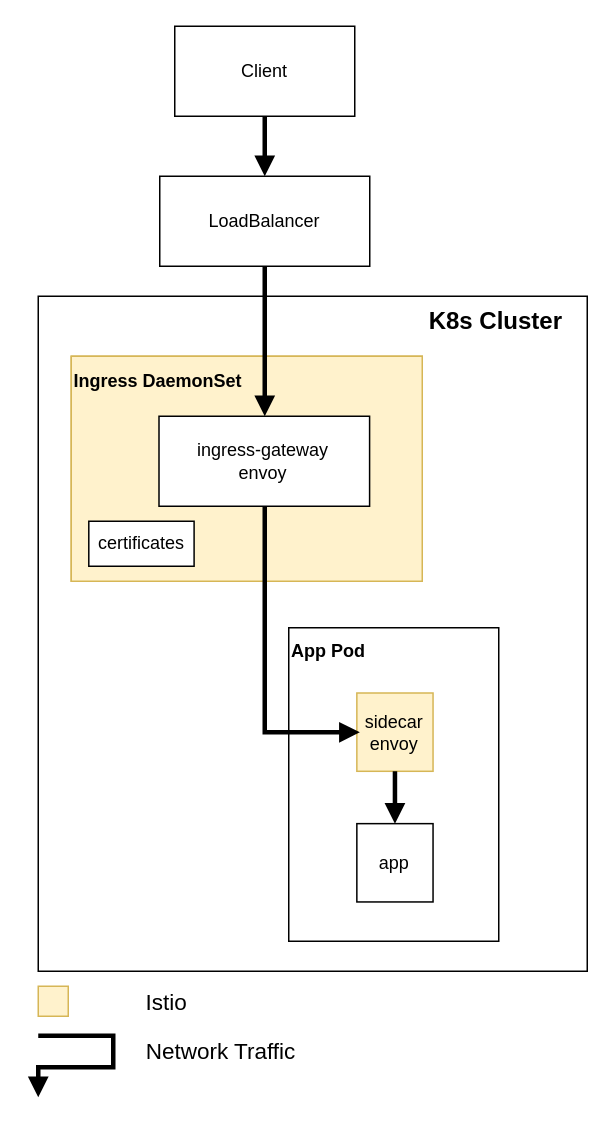
akhinos/cf4k8s-networking keeps this draw.io diagram as doc/PhysicalNetwork.drawio. Above is the earlier version. Source tidied: cells renumbered, new cells numbered last; positions are measured from the earlier drawing's top-left corner, leaving out a move shared by most shapes. Both pictures are drawn from the tidied source at 150%, with x=0, y=0 at pixel (38, 26).
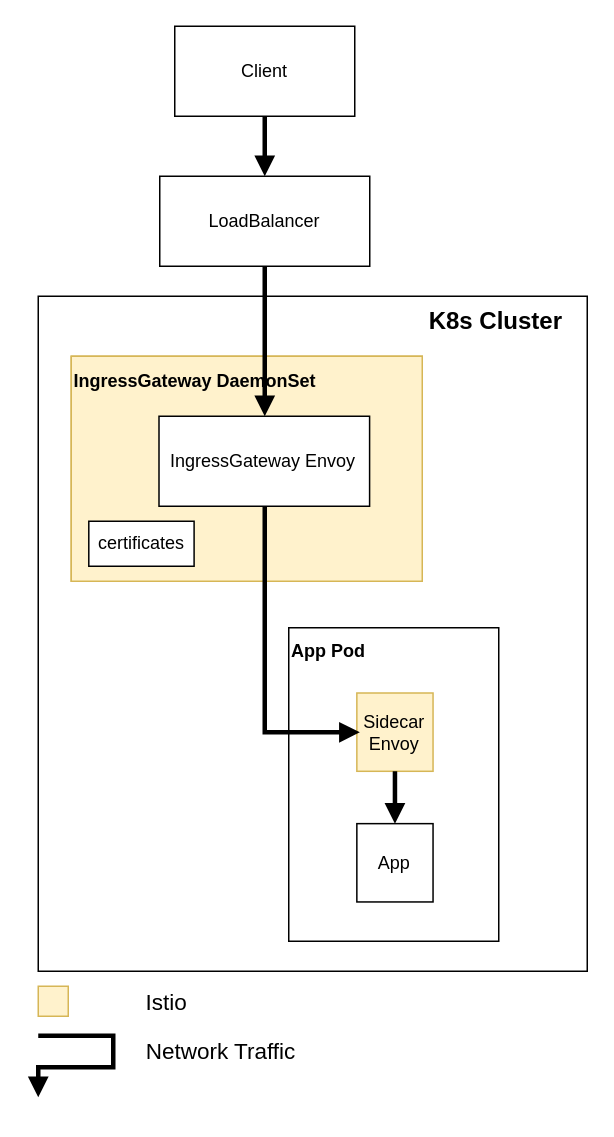
After the change.

Commit message (it also covers changes not shown here):
Make sidecar envoy as separate section

Unchanged cells that the change refers to:
```xml
<mxCell id="6" style="group;align=left;" parent="1" vertex="1">
  <mxGeometry x="187" y="401" width="120" height="209" as="geometry" />
</mxCell>
<mxCell id="11" style="group;fillColor=#fff2cc;strokeColor=#d6b656;" parent="1" vertex="1">
  <mxGeometry x="22" y="220" width="234" height="150" as="geometry" />
</mxCell>
```

Change to the diagram source:
```diff
@@
-    <mxCell id="8" value="sidecar&lt;br&gt;envoy" style="rounded=0;whiteSpace=wrap;html=1;fillColor=#fff2cc;strokeColor=#d6b656;" parent="6" vertex="1">
+    <mxCell id="8" value="Sidecar Envoy" style="rounded=0;whiteSpace=wrap;html=1;fillColor=#fff2cc;strokeColor=#d6b656;" parent="6" vertex="1">
       <mxGeometry x="25.4" y="43.5" width="50.8" height="52.2" as="geometry" />
     </mxCell>
-    <mxCell id="9" value="app" style="rounded=0;whiteSpace=wrap;html=1;" parent="6" vertex="1">
+    <mxCell id="9" value="App" style="rounded=0;whiteSpace=wrap;html=1;" parent="6" vertex="1">
       <mxGeometry x="25.4" y="130.6" width="50.8" height="52.2" as="geometry" />
     </mxCell>
@@
-    <mxCell id="12" value="&lt;font style=&quot;font-size: 12px&quot;&gt;Ingress DaemonSet&lt;/font&gt;" style="rounded=0;whiteSpace=wrap;html=1;fontSize=15;verticalAlign=top;fontStyle=1;fillColor=#fff2cc;strokeColor=#d6b656;align=left;" parent="11" vertex="1">
+    <mxCell id="12" value="&lt;font style=&quot;font-size: 12px&quot;&gt;IngressGateway DaemonSet&lt;/font&gt;" style="rounded=0;whiteSpace=wrap;html=1;fontSize=15;verticalAlign=top;fontStyle=1;fillColor=#fff2cc;strokeColor=#d6b656;align=left;" parent="11" vertex="1">
       <mxGeometry width="234" height="150" as="geometry" />
     </mxCell>
-    <mxCell id="13" value="ingress-gateway&lt;br&gt;envoy" style="rounded=0;whiteSpace=wrap;html=1;" parent="11" vertex="1">
+    <mxCell id="13" value="IngressGateway Envoy" style="rounded=0;whiteSpace=wrap;html=1;" parent="11" vertex="1">
       <mxGeometry x="58.5" y="40" width="140.4" height="60" as="geometry" />
     </mxCell>
```
